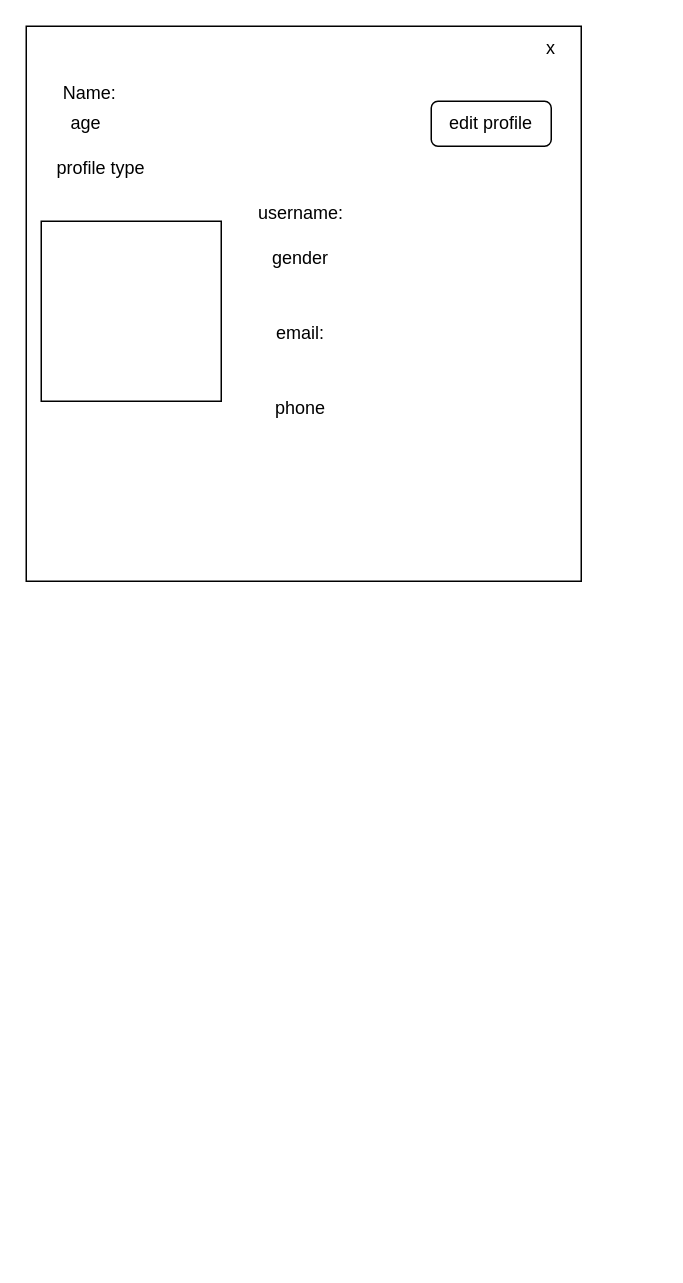
Above: public/draw.drawio in MinaEzz/Qader-website (draw.io), before the change. Source tidied: cells renumbered, new cells numbered last; positions are measured from the earlier drawing's top-left corner, leaving out a move shared by most shapes. Both pictures are drawn from the tidied source at 150%, with x=0, y=0 at pixel (26, 26).
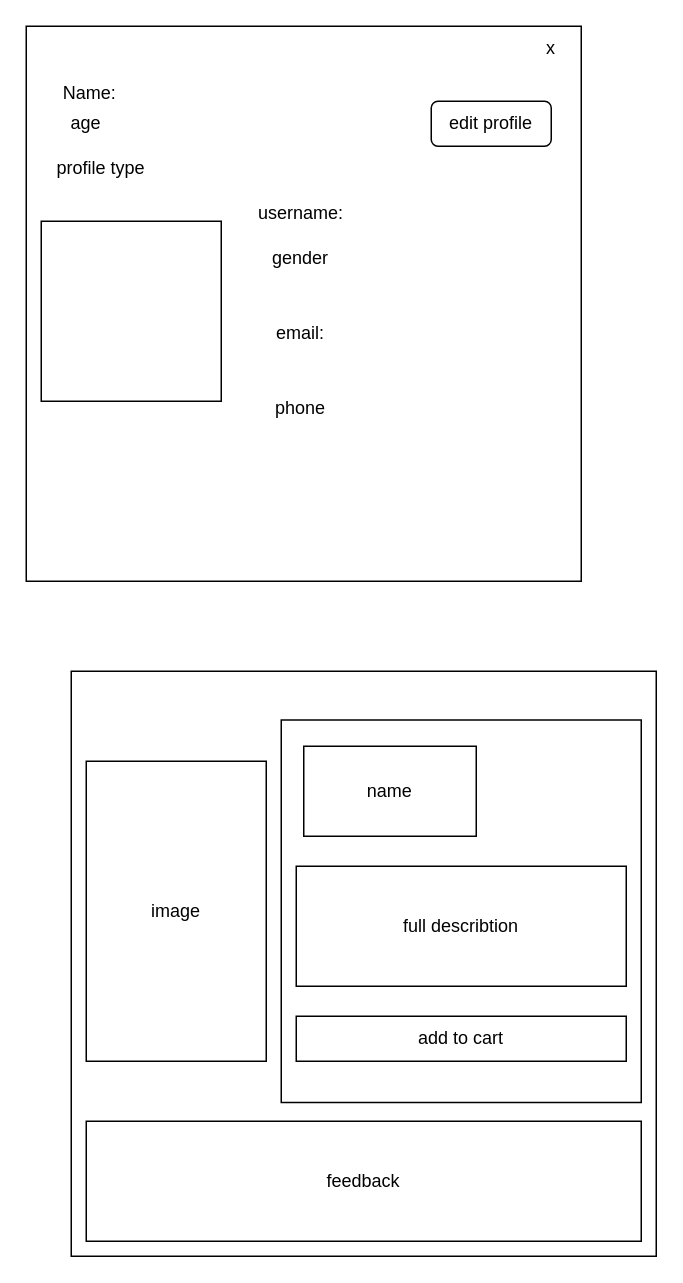
The same diagram, later.

Change to the diagram source:
```diff
@@
 <mxGraphModel>
   <root>
     <mxCell id="0" />
     <mxCell id="1" parent="0" />
     <mxCell id="2" style="whiteSpace=wrap;html=1;" parent="1" vertex="1">
       <mxGeometry width="370" height="370" as="geometry" />
     </mxCell>
     <mxCell id="3" style="whiteSpace=wrap;html=1;" parent="1" vertex="1">
       <mxGeometry x="10" y="130" width="120" height="120" as="geometry" />
     </mxCell>
     <mxCell id="4" value="Name:" style="text;html=1;strokeColor=none;fillColor=none;align=center;verticalAlign=middle;whiteSpace=wrap;rounded=0;" parent="1" vertex="1">
       <mxGeometry y="30" width="85" height="30" as="geometry" />
     </mxCell>
     <mxCell id="5" value="x" style="text;html=1;strokeColor=none;fillColor=none;align=center;verticalAlign=middle;whiteSpace=wrap;rounded=0;" parent="1" vertex="1">
       <mxGeometry x="320" width="60" height="30" as="geometry" />
     </mxCell>
     <mxCell id="6" value="email:" style="text;html=1;strokeColor=none;fillColor=none;align=center;verticalAlign=middle;whiteSpace=wrap;rounded=0;" parent="1" vertex="1">
       <mxGeometry x="152.5" y="190" width="60" height="30" as="geometry" />
     </mxCell>
     <mxCell id="7" value="username:&amp;nbsp;" style="text;html=1;strokeColor=none;fillColor=none;align=center;verticalAlign=middle;whiteSpace=wrap;rounded=0;" parent="1" vertex="1">
       <mxGeometry x="155" y="110" width="60" height="30" as="geometry" />
     </mxCell>
     <mxCell id="8" value="phone" style="text;html=1;strokeColor=none;fillColor=none;align=center;verticalAlign=middle;whiteSpace=wrap;rounded=0;" parent="1" vertex="1">
       <mxGeometry x="152.5" y="240" width="60" height="30" as="geometry" />
     </mxCell>
     <mxCell id="9" value="age" style="text;html=1;strokeColor=none;fillColor=none;align=center;verticalAlign=middle;whiteSpace=wrap;rounded=0;" parent="1" vertex="1">
       <mxGeometry x="10" y="50" width="60" height="30" as="geometry" />
     </mxCell>
     <mxCell id="10" value="gender" style="text;html=1;strokeColor=none;fillColor=none;align=center;verticalAlign=middle;whiteSpace=wrap;rounded=0;" parent="1" vertex="1">
       <mxGeometry x="152.5" y="140" width="60" height="30" as="geometry" />
     </mxCell>
     <mxCell id="11" value="profile type" style="text;html=1;strokeColor=none;fillColor=none;align=center;verticalAlign=middle;whiteSpace=wrap;rounded=0;" parent="1" vertex="1">
       <mxGeometry x="10" y="80" width="80" height="30" as="geometry" />
     </mxCell>
     <mxCell id="12" value="edit profile" style="rounded=1;whiteSpace=wrap;html=1;" parent="1" vertex="1">
       <mxGeometry x="270" y="50" width="80" height="30" as="geometry" />
     </mxCell>
+    <mxCell id="13" style="whiteSpace=wrap;html=1;" parent="1" vertex="1">
+      <mxGeometry x="30" y="430" width="390" height="390" as="geometry" />
+    </mxCell>
+    <mxCell id="14" value="image" style="rounded=0;whiteSpace=wrap;html=1;" parent="1" vertex="1">
+      <mxGeometry x="40" y="490" width="120" height="200" as="geometry" />
+    </mxCell>
+    <mxCell id="15" style="rounded=0;whiteSpace=wrap;html=1;" parent="1" vertex="1">
+      <mxGeometry x="170" y="462.5" width="240" height="255" as="geometry" />
+    </mxCell>
+    <mxCell id="16" value="name" style="rounded=0;whiteSpace=wrap;html=1;" parent="1" vertex="1">
+      <mxGeometry x="185" y="480" width="115" height="60" as="geometry" />
+    </mxCell>
+    <mxCell id="17" value="full describtion" style="rounded=0;whiteSpace=wrap;html=1;" parent="1" vertex="1">
+      <mxGeometry x="180" y="560" width="220" height="80" as="geometry" />
+    </mxCell>
+    <mxCell id="18" value="add to cart" style="rounded=0;whiteSpace=wrap;html=1;" parent="1" vertex="1">
+      <mxGeometry x="180" y="660" width="220" height="30" as="geometry" />
+    </mxCell>
+    <mxCell id="19" value="feedback" style="rounded=0;whiteSpace=wrap;html=1;" parent="1" vertex="1">
+      <mxGeometry x="40" y="730" width="370" height="80" as="geometry" />
+    </mxCell>
   </root>
 </mxGraphModel>
```
